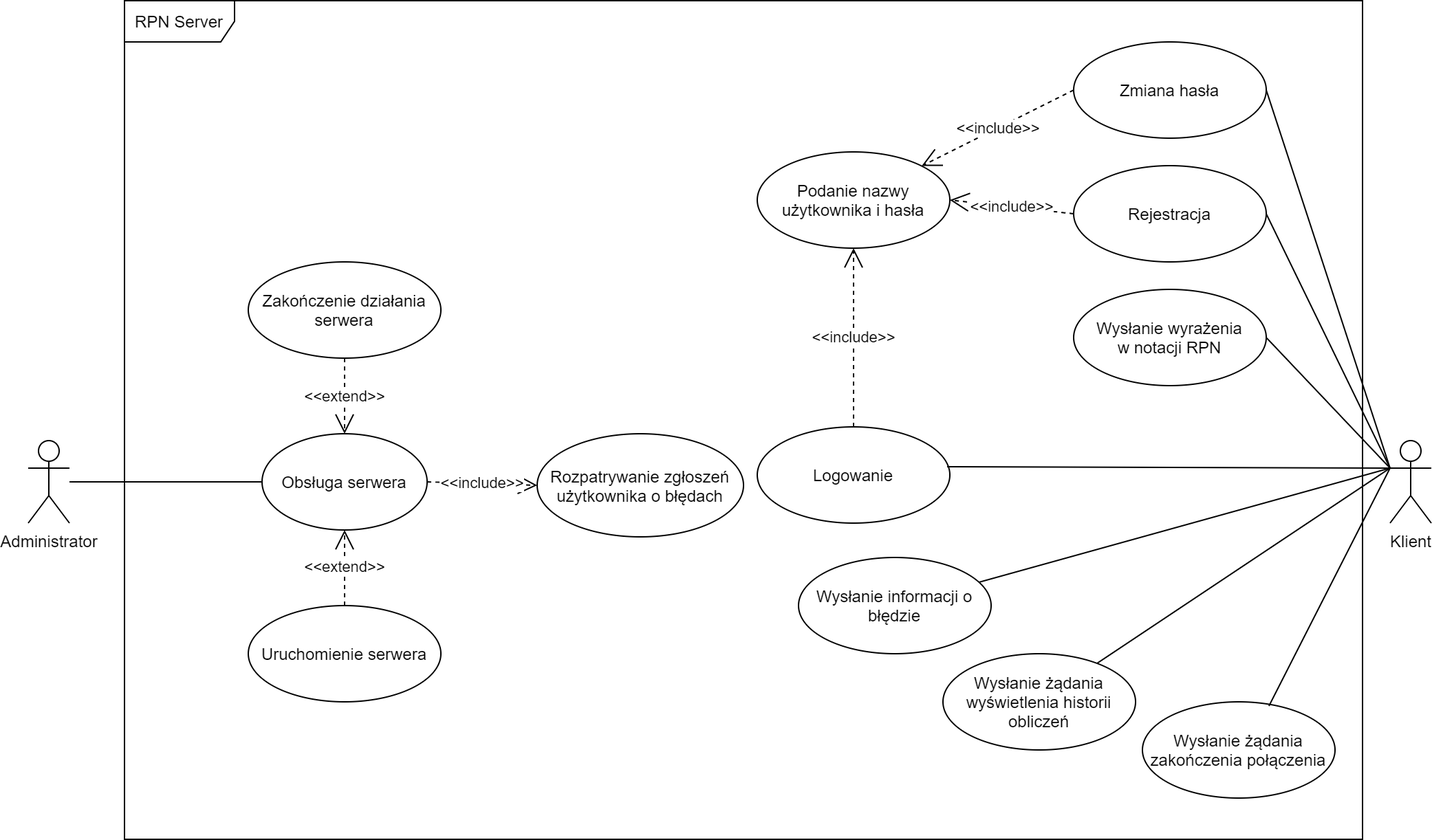
This is media/DiagramPrzypadkow.png from Groszczu/rpn-tcp-server, a draw.io export, as it was before one commit. Source tidied: cells renumbered, new cells last; positions are measured from the earlier drawing's top-left corner, leaving out a move shared by most shapes.
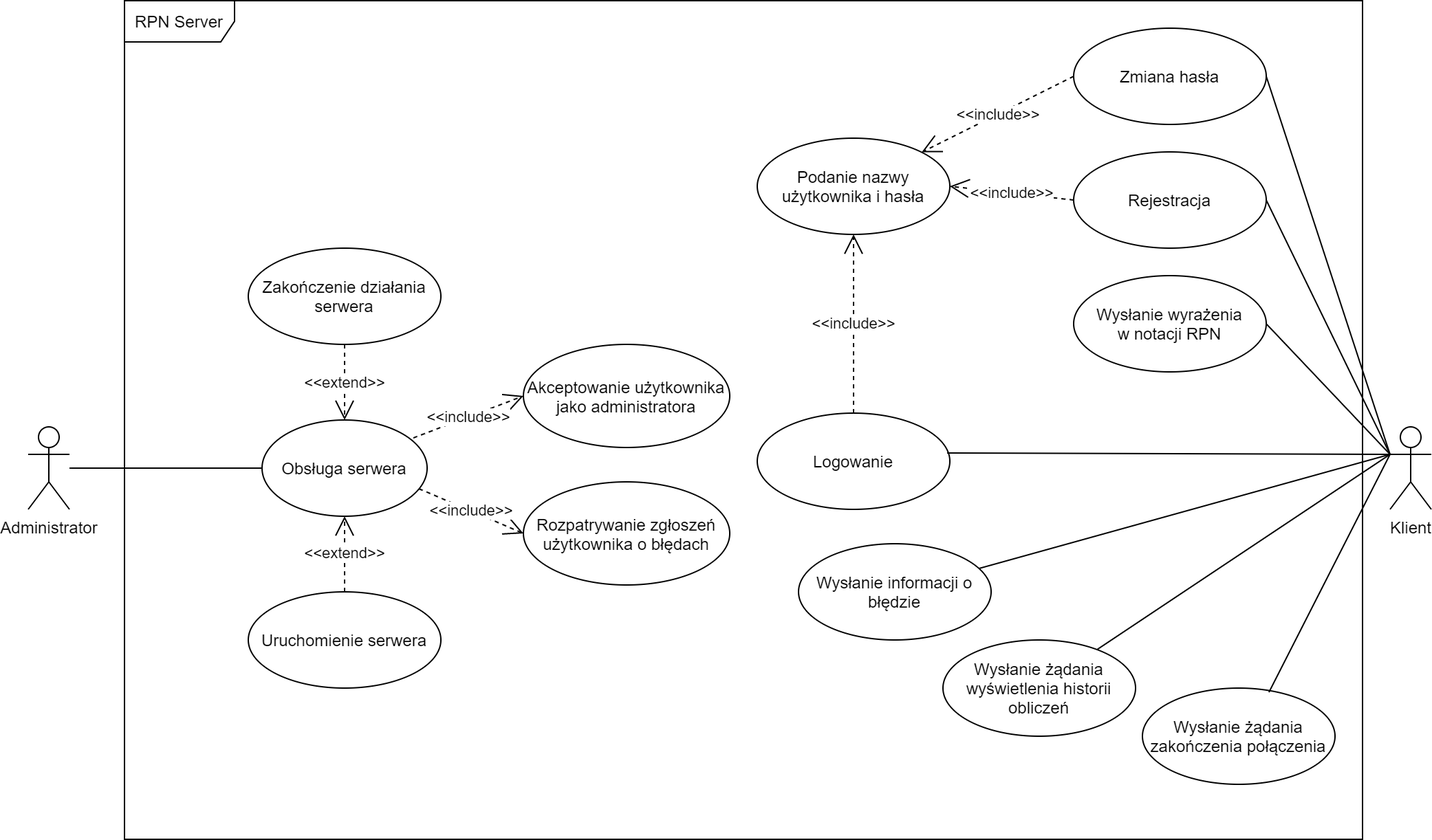
Above is the later version.

Commit message:
adding diagram activity

What changed in the source:
```diff
@@ -45,9 +45,9 @@
       <mxGeometry relative="1" as="geometry" />
     </mxCell>
     <mxCell id="16" value="Rozpatrywanie zgłoszeń użytkownika o błędach" style="ellipse;whiteSpace=wrap;html=1;" parent="1" vertex="1">
-      <mxGeometry x="370" y="315" width="150" height="75" as="geometry" />
+      <mxGeometry x="360" y="360" width="150" height="75" as="geometry" />
     </mxCell>
-    <mxCell id="17" value="&amp;lt;&amp;lt;include&amp;gt;&amp;gt;" style="endArrow=open;endSize=12;dashed=1;html=1;exitX=1;exitY=0.5;exitDx=0;exitDy=0;entryX=0;entryY=0.5;entryDx=0;entryDy=0;" parent="1" edge="1" source="4" target="16">
+    <mxCell id="17" value="&amp;lt;&amp;lt;include&amp;gt;&amp;gt;" style="endArrow=open;endSize=12;dashed=1;html=1;exitX=0.95;exitY=0.714;exitDx=0;exitDy=0;entryX=0;entryY=0.5;entryDx=0;entryDy=0;exitPerimeter=0;" parent="1" edge="1" source="4" target="16">
       <mxGeometry relative="1" as="geometry" />
     </mxCell>
     <mxCell id="18" value="&amp;lt;&amp;lt;extend&amp;gt;&amp;gt;" style="endArrow=open;endSize=12;dashed=1;html=1;exitX=0.5;exitY=1;exitDx=0;exitDy=0;" parent="1" edge="1" source="5" target="4">
@@ -97,7 +97,15 @@
       <mxGeometry relative="1" as="geometry" />
     </mxCell>
     <mxCell id="30" value="RPN Server" style="shape=umlFrame;whiteSpace=wrap;html=1;width=80;height=30;" parent="1" vertex="1">
-      <mxGeometry x="70" width="900" height="610" as="geometry" />
+      <mxGeometry x="70" y="10" width="900" height="610" as="geometry" />
     </mxCell>
+    <mxCell id="31" value="&amp;lt;&amp;lt;include&amp;gt;&amp;gt;" style="endArrow=open;endSize=12;dashed=1;html=1;entryX=0;entryY=0.5;entryDx=0;entryDy=0;" parent="1" edge="1" target="32">
+      <mxGeometry relative="1" as="geometry">
+        <mxPoint x="280" y="328" as="sourcePoint" />
+      </mxGeometry>
+    </mxCell>
+    <mxCell id="32" value="Akceptowanie użytkownika jako administratora" style="ellipse;whiteSpace=wrap;html=1;" parent="1" vertex="1">
+      <mxGeometry x="360" y="260" width="150" height="75" as="geometry" />
+    </mxCell>
   </root>
 </mxGraphModel>
```
